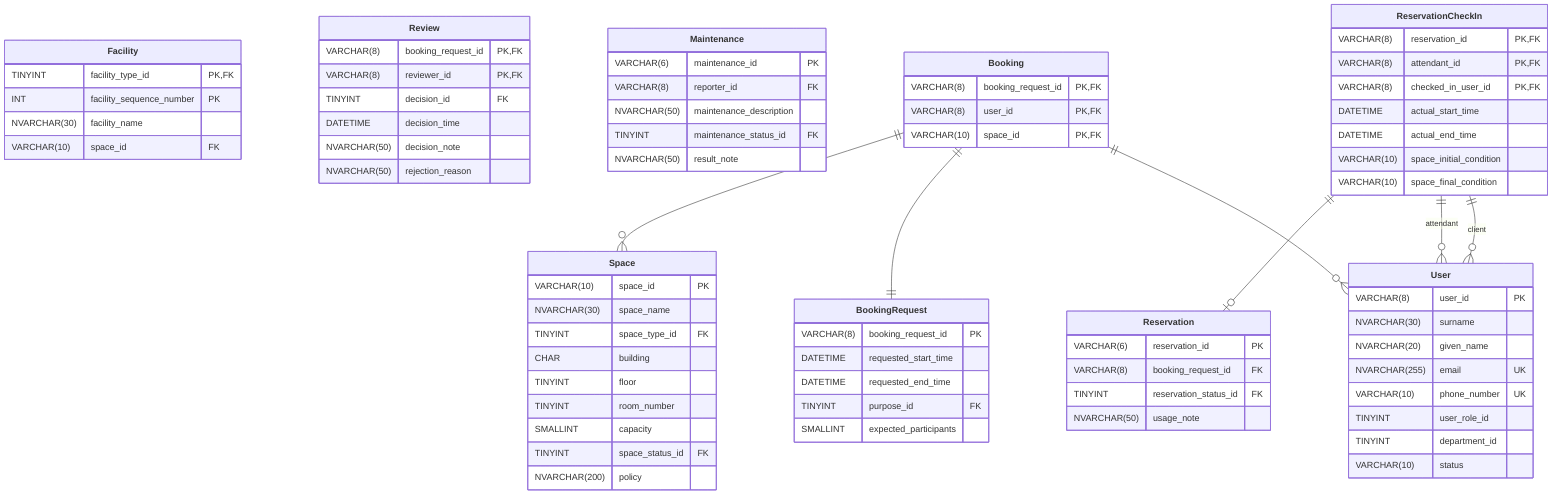
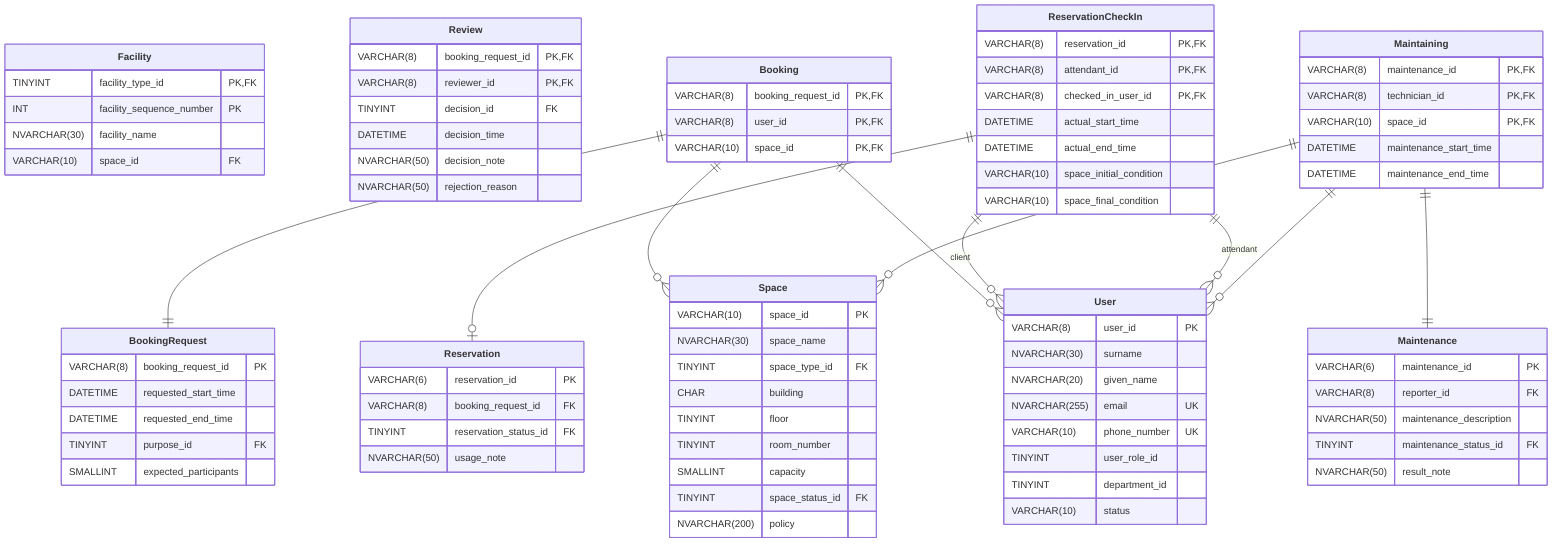
erDiagram

%%%%%%%%%%%%%%%%%%%%%%%%%%%%%%%%%%%%%
%%%%%%%%%%%%% ENTITIES %%%%%%%%%%%%%%
%%%%%%%%%%%%%%%%%%%%%%%%%%%%%%%%%%%%%
**Space** {
	VARCHAR(10) 	space_id 					PK
	NVARCHAR(30) 	space_name
	TINYINT 		space_type_id 				FK
	CHAR 			building
	TINYINT 		floor
	TINYINT 		room_number
	SMALLINT 		capacity
	TINYINT 		space_status_id				FK
	NVARCHAR(200) 	policy
}

**User** {
	VARCHAR(8) 		user_id 					PK
	NVARCHAR(30) 	surname
	NVARCHAR(20) 	given_name
	NVARCHAR(255) 	email 						UK
	VARCHAR(10) 	phone_number 				UK
	TINYINT 		user_role_id
	TINYINT 		department_id
	VARCHAR(10) 	status
}

**Facility** {
	TINYINT 		facility_type_id 			PK, FK
	INT 			facility_sequence_number 	PK
	NVARCHAR(30) 	facility_name
	VARCHAR(10) 	space_id 					FK
}

**BookingRequest** {
	VARCHAR(8) 		booking_request_id 			PK
	DATETIME 		requested_start_time
	DATETIME 		requested_end_time
	TINYINT 		purpose_id 					FK
	SMALLINT 		expected_participants
}

**Review** {
	VARCHAR(8) 		booking_request_id 			PK, FK
	VARCHAR(8) 		reviewer_id 				PK, FK
	TINYINT 		decision_id 				FK
	DATETIME 		decision_time
	NVARCHAR(50) 	decision_note
	NVARCHAR(50) 	rejection_reason
}

**Reservation** {
	VARCHAR(6) 		reservation_id 				PK
	VARCHAR(8) 		booking_request_id 			FK
	TINYINT 		reservation_status_id 		FK
	NVARCHAR(50)	usage_note
}

**Maintenance** {
	VARCHAR(6)		maintenance_id				PK
	VARCHAR(8)		reporter_id					FK
	NVARCHAR(50)	maintenance_description
	TINYINT			maintenance_status_id		FK
	NVARCHAR(50)	result_note
}

%%%%%%%%%%%%%%%%%%%%%%%%%%%%%%%%
%%% RELATIONSHIPS (EXCITING) %%%
%%%%%%%%%%%%%%%%%%%%%%%%%%%%%%%%
**Booking** {
	VARCHAR(8)		booking_request_id			PK, FK
	VARCHAR(8)		user_id						PK, FK
	VARCHAR(10)		space_id					PK, FK
}
**Booking** ||--o{ **User** : ​
**Booking** ||--|| **BookingRequest** : ​
**Booking** ||--o{ **Space** : ​

**ReservationCheckIn** {
	VARCHAR(8)		reservation_id				PK, FK
	VARCHAR(8)		attendant_id				PK, FK
	VARCHAR(8)		checked_in_user_id			PK, FK
	DATETIME		actual_start_time
	DATETIME		actual_end_time
	VARCHAR(10)		space_initial_condition
	VARCHAR(10)		space_final_condition
}
**ReservationCheckIn** ||--o{ **User** : client
**ReservationCheckIn** ||--o{ **User** : attendant
- **ReservationCheckIn** ||--o| **Reservation** : ​+ **ReservationCheckIn** ||--o| **Reservation** : ​
+ 
+ **Maintaining** {
+ 	VARCHAR(8)		maintenance_id				PK, FK
+ 	VARCHAR(8)		technician_id				PK, FK
+ 	VARCHAR(10)		space_id					PK, FK
+ 	DATETIME		maintenance_start_time
+ 	DATETIME		maintenance_end_time
+ }
+ **Maintaining** ||--o{ **Space** : ​
+ **Maintaining** ||--o{ **User** : ​
+ **Maintaining** ||--|| **Maintenance**: ​